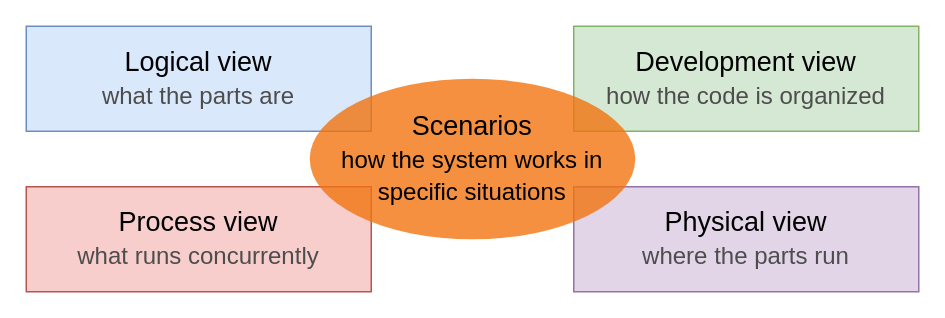
This is diagrams/architecture/architectureDiagrams/views/fourPlusOne.drawio from se-edu/se-book, a draw.io file, before an edit. Source tidied: cells renumbered, new cells numbered last; positions are measured from the earlier drawing's top-left corner, leaving out a move shared by most shapes. Both pictures are drawn from the tidied source at 150%, with x=0, y=0 at pixel (26, 26).
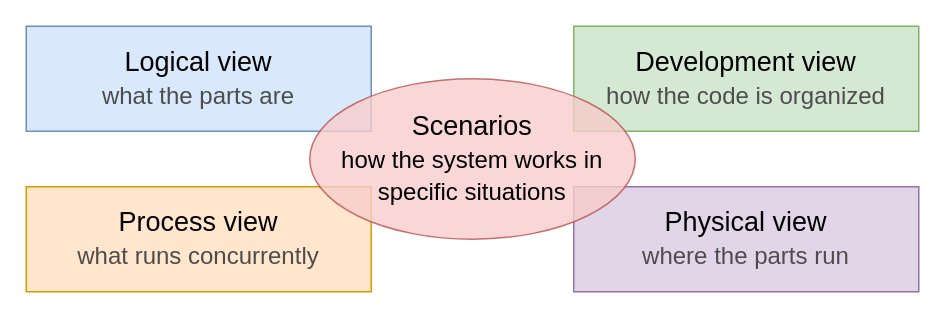
After the change.

What changed in the source:
```diff
@@
 <mxGraphModel>
   <root>
     <mxCell id="0" />
     <mxCell id="1" parent="0" />
     <mxCell id="2" value="Logical view&lt;br&gt;&lt;font style=&quot;font-size: 16px;&quot; color=&quot;#4D4D4D&quot;&gt;what the parts are&lt;/font&gt;" style="rounded=0;whiteSpace=wrap;html=1;fillColor=#dae8fc;strokeColor=#6c8ebf;fontColor=#000000;fontSize=18;fontFamily=Helvetica;" parent="1" vertex="1">
       <mxGeometry width="230" height="70" as="geometry" />
     </mxCell>
     <mxCell id="3" value="Development view&lt;br&gt;&lt;font style=&quot;font-size: 16px;&quot; color=&quot;#4D4D4D&quot;&gt;how the code is organized&lt;/font&gt;" style="rounded=0;whiteSpace=wrap;html=1;fillColor=#d5e8d4;strokeColor=#82b366;fontColor=#000000;fontSize=18;fontFamily=Helvetica;" parent="1" vertex="1">
       <mxGeometry x="365" width="230" height="70" as="geometry" />
     </mxCell>
-    <mxCell id="4" value="Process view&lt;br&gt;&lt;font style=&quot;font-size: 16px;&quot; color=&quot;#4D4D4D&quot;&gt;what runs concurrently&lt;/font&gt;" style="rounded=0;whiteSpace=wrap;html=1;fillColor=#f8cecc;strokeColor=#b85450;fontColor=#000000;fontSize=18;fontFamily=Helvetica;" parent="1" vertex="1">
+    <mxCell id="4" value="Process view&lt;br&gt;&lt;font style=&quot;font-size: 16px;&quot; color=&quot;#4D4D4D&quot;&gt;what runs concurrently&lt;/font&gt;" style="rounded=0;whiteSpace=wrap;html=1;fillColor=#ffe6cc;strokeColor=#d79b00;fontColor=#000000;fontSize=18;fontFamily=Helvetica;" parent="1" vertex="1">
       <mxGeometry y="107" width="230" height="70" as="geometry" />
     </mxCell>
     <mxCell id="5" value="Physical view&lt;br&gt;&lt;font style=&quot;font-size: 16px;&quot; color=&quot;#4D4D4D&quot;&gt;where the parts run&lt;/font&gt;" style="rounded=0;whiteSpace=wrap;html=1;fillColor=#e1d5e7;strokeColor=#9673a6;fontColor=#000000;fontSize=18;fontFamily=Helvetica;" parent="1" vertex="1">
       <mxGeometry x="365" y="107" width="230" height="70" as="geometry" />
     </mxCell>
-    <mxCell id="6" value="Scenarios&lt;br&gt;&lt;font style=&quot;font-size: 16px;&quot;&gt;how the system works in specific situations&lt;/font&gt;" style="ellipse;whiteSpace=wrap;html=1;fillColor=#F2750F;strokeColor=none;fontColor=#000000;fontSize=18;fontFamily=Helvetica;opacity=80;" parent="1" vertex="1">
+    <mxCell id="6" value="Scenarios&lt;br&gt;&lt;font style=&quot;font-size: 16px;&quot;&gt;how the system works in specific situations&lt;/font&gt;" style="ellipse;whiteSpace=wrap;html=1;fillColor=#f8cecc;strokeColor=#b85450;fontColor=#000000;fontSize=18;fontFamily=Helvetica;opacity=80;" parent="1" vertex="1">
       <mxGeometry x="189" y="35" width="217" height="107" as="geometry" />
     </mxCell>
   </root>
 </mxGraphModel>
```
